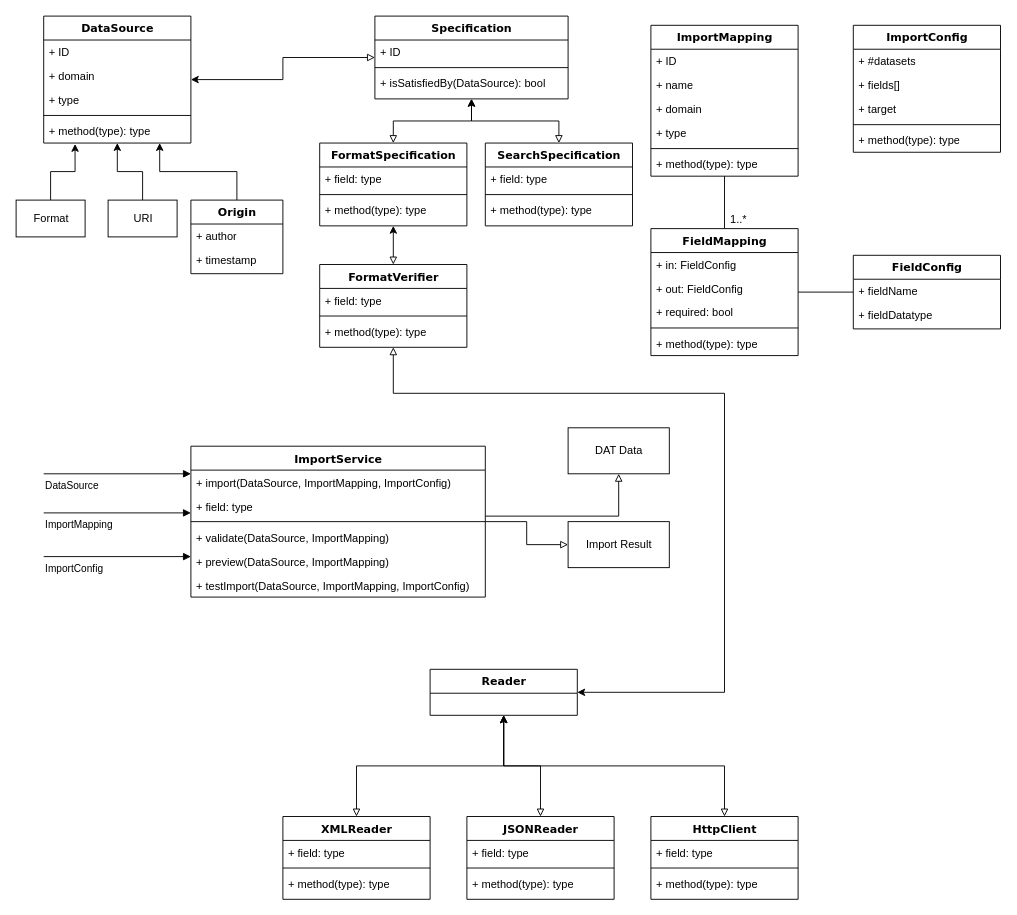
This is Import.drawio from Lycidas0815/try_git, a draw.io file, before an edit. Source tidied: cells renumbered, new cells numbered last; positions are measured from the earlier drawing's top-left corner, leaving out a move shared by most shapes. Both pictures are drawn from the tidied source at 92%, with x=0, y=0 at pixel (16, 16).
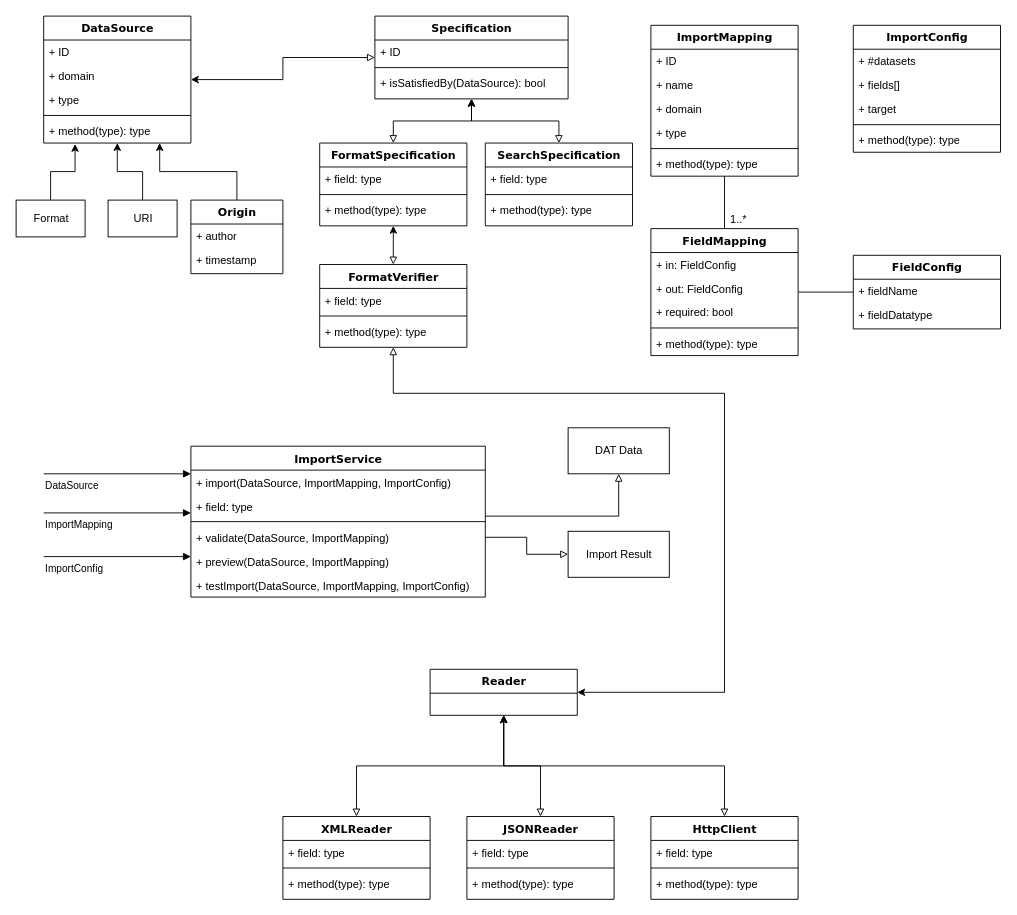
The same page after the edit.

Unchanged cells that the change refers to:
```xml
<mxCell id="28" value="ImportService" style="swimlane;html=1;fontStyle=1;align=center;verticalAlign=top;horizontal=1;startSize=26;swimlaneFillColor=#ffffff;rounded=0;shadow=0;comic=0;labelBackgroundColor=none;strokeWidth=1;fillColor=none;fontFamily=Verdana;fontSize=12;" parent="1" vertex="1">
  <mxGeometry x="190" y="467.5" width="320" height="164" as="geometry" />
</mxCell>
<mxCell id="33" value="+ validate(DataSource, ImportMapping)" style="text;html=1;strokeColor=none;fillColor=none;align=left;verticalAlign=top;spacingLeft=4;spacingRight=4;whiteSpace=wrap;overflow=hidden;points=[[0,0.5],[1,0.5]];portConstraint=eastwest;" parent="30" vertex="1">
  <mxGeometry y="34" width="320" height="26" as="geometry" />
</mxCell>
```

What changed in the source:
```diff
@@
-    <mxCell id="41" style="edgeStyle=orthogonalEdgeStyle;rounded=0;jettySize=auto;html=1;endArrow=none;endFill=0;startArrow=block;startFill=0;" parent="1" edge="1" source="42" target="28">
+    <mxCell id="41" style="edgeStyle=orthogonalEdgeStyle;rounded=0;jettySize=auto;html=1;endArrow=none;endFill=0;startArrow=block;startFill=0;entryX=1;entryY=0.5;entryDx=0;entryDy=0;" parent="1" edge="1" source="42" target="33">
       <mxGeometry relative="1" as="geometry" />
     </mxCell>
     <mxCell id="42" value="Import Result" style="html=1;" parent="1" vertex="1">
-      <mxGeometry x="600" y="549.5" width="110" height="50" as="geometry" />
+      <mxGeometry x="600" y="560" width="110" height="50" as="geometry" />
     </mxCell>
```
